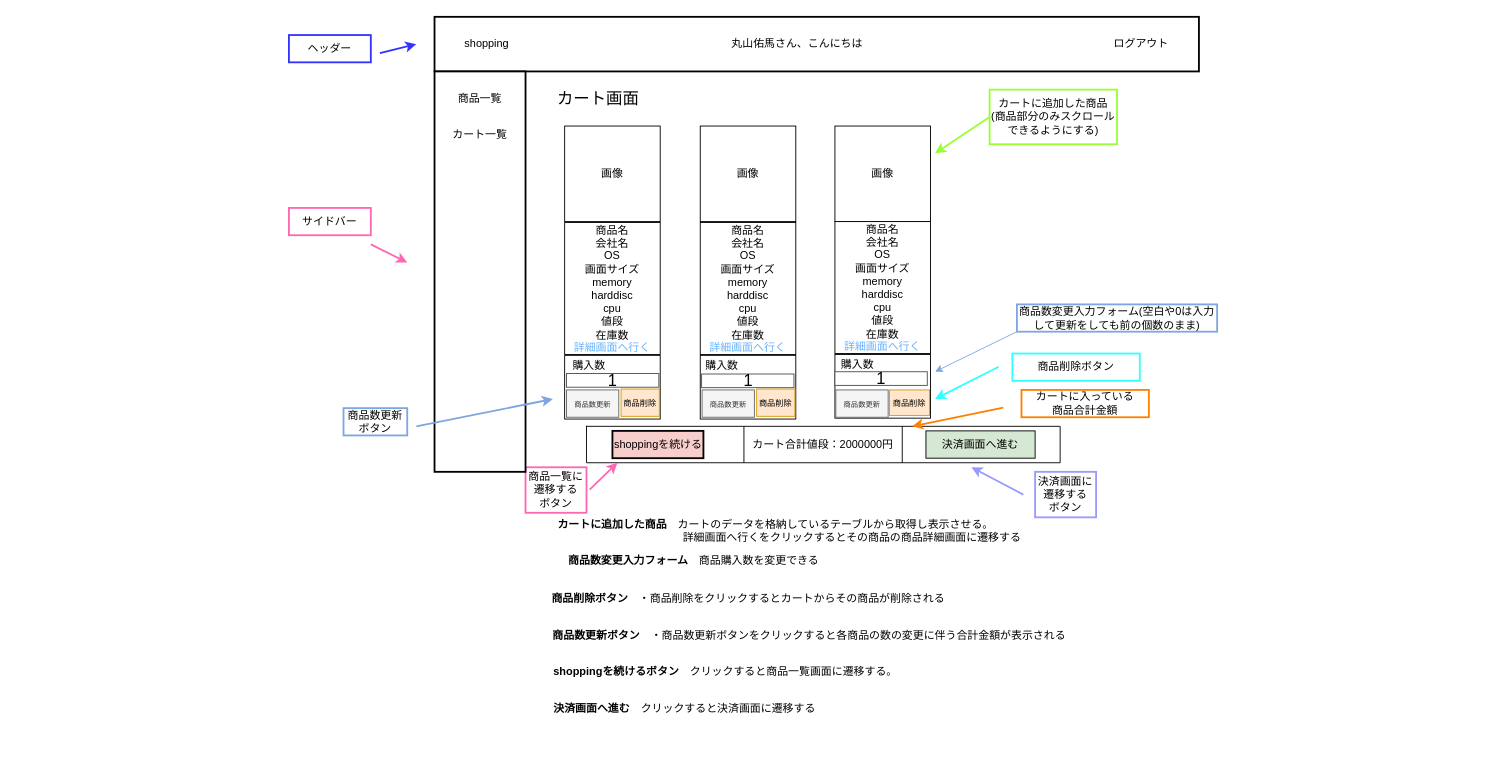
Earlier version of the draw.io diagram page "カート画面" (5 of 33) of src/main/resources/templates/shopping/Untitled Diagram.drawio (YumaMaruyama/ITworksTRYshopping). Source tidied: cells renumbered, new cells numbered last; positions are measured from the earlier drawing's top-left corner, leaving out a move shared by most shapes. Both pictures are drawn from the tidied source at 91%, with x=0, y=0 at pixel (15, 16).
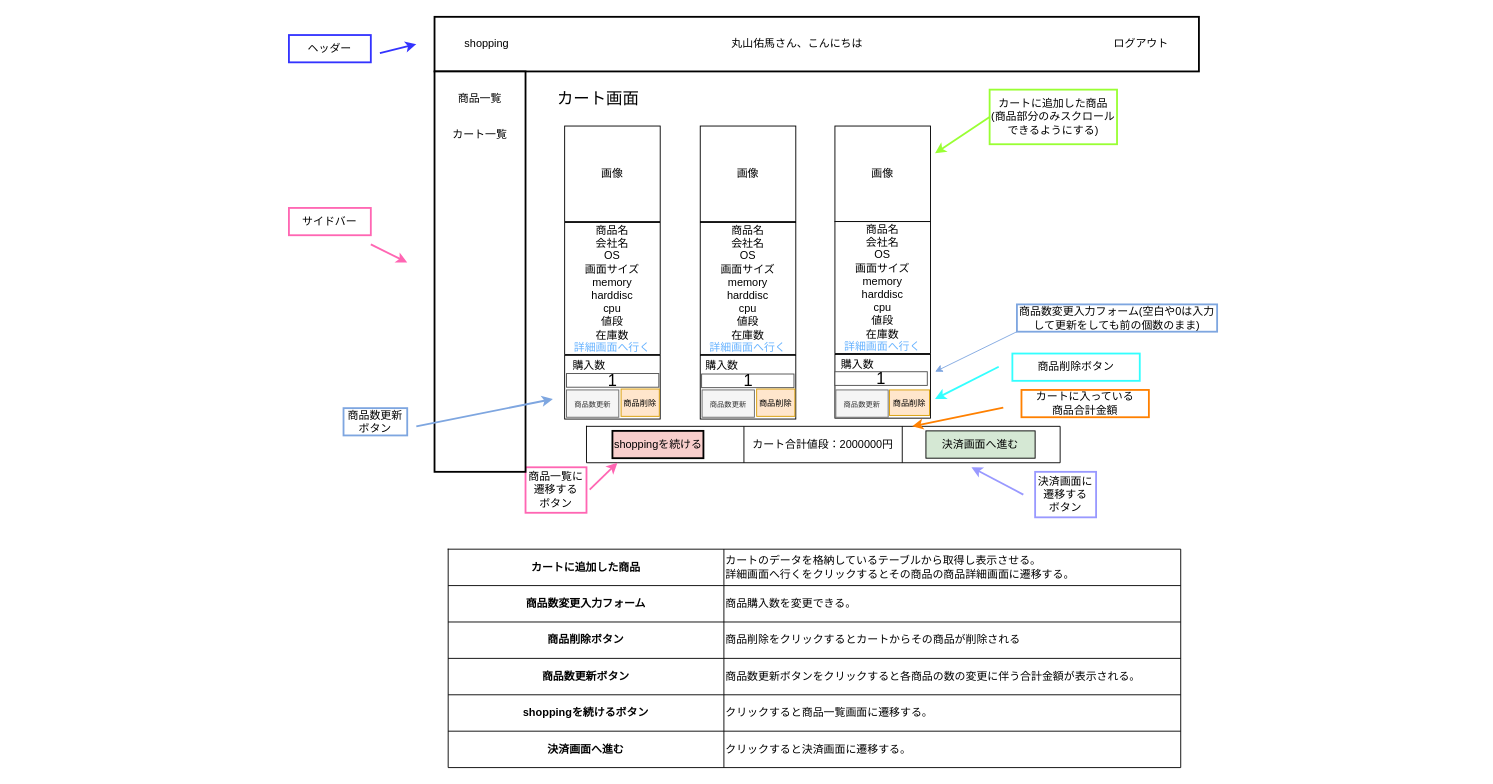
The same page after the edit.

What changed in the source:
```diff
@@
-    <mxCell id="22" value="&lt;b&gt;カートに追加した商品&lt;/b&gt;　カートのデータを格納しているテーブルから取得し表示させる。&lt;br&gt;　　　　　　　　　　　　　　詳細画面へ行くをクリックするとその商品の商品詳細画面に遷移する" style="text;html=1;strokeColor=none;fillColor=none;align=center;verticalAlign=middle;whiteSpace=wrap;rounded=0;" parent="1" vertex="1">
-      <mxGeometry x="100" y="545" width="1470" height="40" as="geometry" />
-    </mxCell>
@@
-    <mxCell id="31" value="&lt;b&gt;商品数変更入力フォーム　&lt;/b&gt;商品購入数を変更できる&lt;span&gt;&lt;span&gt;　　　&lt;br&gt;　　　　　　　　　　　　　　&lt;br&gt;&lt;/span&gt;&lt;/span&gt;" style="text;html=1;strokeColor=none;fillColor=none;align=center;verticalAlign=middle;whiteSpace=wrap;rounded=0;" parent="1" vertex="1">
-      <mxGeometry x="10" y="580" width="1470" height="50" as="geometry" />
-    </mxCell>
@@
-    <mxCell id="33" value="&lt;span style=&quot;white-space: pre&quot;&gt;&lt;span style=&quot;white-space: pre&quot;&gt;&lt;b&gt;shoppingを続けるボタン　&lt;/b&gt;クリックすると商品一覧画面に遷移する。&lt;br&gt;&lt;/span&gt;&lt;/span&gt;" style="text;html=1;strokeColor=none;fillColor=none;align=center;verticalAlign=middle;whiteSpace=wrap;rounded=0;" parent="1" vertex="1">
-      <mxGeometry x="45" y="690" width="1470" height="60" as="geometry" />
-    </mxCell>
-    <mxCell id="34" value="&lt;span style=&quot;white-space: pre&quot;&gt;&lt;span style=&quot;white-space: pre&quot;&gt;&lt;b&gt;決済画面へ進む　&lt;/b&gt;クリックすると決済画面に遷移する&lt;br&gt;&lt;/span&gt;&lt;/span&gt;" style="text;html=1;strokeColor=none;fillColor=none;align=center;verticalAlign=middle;whiteSpace=wrap;rounded=0;" parent="1" vertex="1">
-      <mxGeometry y="730" width="1470" height="60" as="geometry" />
-    </mxCell>
@@
-    <mxCell id="36" value="&lt;b&gt;商品削除ボタン&lt;/b&gt;　&lt;span style=&quot;white-space: pre&quot;&gt;&lt;span style=&quot;white-space: pre&quot;&gt;・商品削除をクリックするとカートからその商品が削除される&lt;br&gt;&lt;/span&gt;&lt;/span&gt;" style="text;html=1;strokeColor=none;fillColor=none;align=center;verticalAlign=middle;whiteSpace=wrap;rounded=0;" parent="1" vertex="1">
-      <mxGeometry x="69.5" y="610" width="1470" height="60" as="geometry" />
-    </mxCell>
@@
-    <mxCell id="45" value="&lt;b&gt;商品数更新ボタン&lt;/b&gt;　&lt;span style=&quot;white-space: pre&quot;&gt;&lt;span style=&quot;white-space: pre&quot;&gt;・商品数更新ボタンをクリックすると各商品の数の変更に伴う合計金額が表示される&lt;br&gt;&lt;/span&gt;&lt;/span&gt;" style="text;html=1;strokeColor=none;fillColor=none;align=center;verticalAlign=middle;whiteSpace=wrap;rounded=0;" parent="1" vertex="1">
-      <mxGeometry x="137" y="650" width="1470" height="60" as="geometry" />
-    </mxCell>
@@
+    <mxCell id="60" style="shape=table;startSize=0;childLayout=tableLayout;hachureGap=4;" parent="1" vertex="1">
+      <mxGeometry x="475" y="585" width="805" height="240" as="geometry" />
+    </mxCell>
+    <mxCell id="61" style="shape=partialRectangle;fillColor=none;top=0;left=0;bottom=0;right=0;hachureGap=4;" parent="60" vertex="1">
+      <mxGeometry width="805" height="40" as="geometry" />
+    </mxCell>
+    <mxCell id="62" value="&lt;b&gt;カートに追加した商品&lt;/b&gt;" style="shape=partialRectangle;html=1;whiteSpace=wrap;overflow=hidden;fillColor=none;top=0;left=0;bottom=0;right=0;hachureGap=4;" parent="61" vertex="1">
+      <mxGeometry width="303" height="40" as="geometry" />
+    </mxCell>
+    <mxCell id="63" value="&lt;span&gt;カートのデータを格納しているテーブルから取得し表示させる。&lt;br&gt;&lt;/span&gt;詳細画面へ行くをクリックするとその商品の商品詳細画面に遷移する。&lt;span&gt;&lt;br&gt;&lt;/span&gt;" style="shape=partialRectangle;html=1;whiteSpace=wrap;overflow=hidden;fillColor=none;top=0;left=0;bottom=0;right=0;hachureGap=4;align=left;" parent="61" vertex="1">
+      <mxGeometry x="303" width="502" height="40" as="geometry" />
+    </mxCell>
+    <mxCell id="64" style="shape=partialRectangle;fillColor=none;top=0;left=0;bottom=0;right=0;hachureGap=4;" parent="60" vertex="1">
+      <mxGeometry y="40" width="805" height="40" as="geometry" />
+    </mxCell>
+    <mxCell id="65" value="&lt;b&gt;商品数変更入力フォーム&lt;/b&gt;" style="shape=partialRectangle;html=1;whiteSpace=wrap;overflow=hidden;fillColor=none;top=0;left=0;bottom=0;right=0;hachureGap=4;" parent="64" vertex="1">
+      <mxGeometry width="303" height="40" as="geometry" />
+    </mxCell>
+    <mxCell id="66" value="&lt;span&gt;商品購入数を変更できる。&lt;/span&gt;" style="shape=partialRectangle;html=1;whiteSpace=wrap;overflow=hidden;fillColor=none;top=0;left=0;bottom=0;right=0;hachureGap=4;align=left;" parent="64" vertex="1">
+      <mxGeometry x="303" width="502" height="40" as="geometry" />
+    </mxCell>
+    <mxCell id="67" style="shape=partialRectangle;fillColor=none;top=0;left=0;bottom=0;right=0;hachureGap=4;" parent="60" vertex="1">
+      <mxGeometry y="80" width="805" height="40" as="geometry" />
+    </mxCell>
+    <mxCell id="68" value="&lt;b&gt;商品削除ボタン&lt;/b&gt;" style="shape=partialRectangle;html=1;whiteSpace=wrap;overflow=hidden;fillColor=none;top=0;left=0;bottom=0;right=0;hachureGap=4;" parent="67" vertex="1">
+      <mxGeometry width="303" height="40" as="geometry" />
+    </mxCell>
+    <mxCell id="69" value="&lt;span&gt;商品削除をクリックするとカートからその商品が削除される&lt;/span&gt;" style="shape=partialRectangle;html=1;whiteSpace=wrap;overflow=hidden;fillColor=none;top=0;left=0;bottom=0;right=0;hachureGap=4;align=left;" parent="67" vertex="1">
+      <mxGeometry x="303" width="502" height="40" as="geometry" />
+    </mxCell>
+    <mxCell id="70" style="shape=partialRectangle;fillColor=none;top=0;left=0;bottom=0;right=0;hachureGap=4;" parent="60" vertex="1">
+      <mxGeometry y="120" width="805" height="40" as="geometry" />
+    </mxCell>
+    <mxCell id="71" value="&lt;b&gt;商品数更新ボタン&lt;/b&gt;" style="shape=partialRectangle;html=1;whiteSpace=wrap;overflow=hidden;fillColor=none;top=0;left=0;bottom=0;right=0;hachureGap=4;" parent="70" vertex="1">
+      <mxGeometry width="303" height="40" as="geometry" />
+    </mxCell>
+    <mxCell id="72" value="&lt;span&gt;商品数更新ボタンをクリックすると各商品の数の変更に伴う合計金額が表示される。&lt;/span&gt;" style="shape=partialRectangle;html=1;whiteSpace=wrap;overflow=hidden;fillColor=none;top=0;left=0;bottom=0;right=0;hachureGap=4;align=left;" parent="70" vertex="1">
+      <mxGeometry x="303" width="502" height="40" as="geometry" />
+    </mxCell>
+    <mxCell id="73" style="shape=partialRectangle;fillColor=none;top=0;left=0;bottom=0;right=0;hachureGap=4;" parent="60" vertex="1">
+      <mxGeometry y="160" width="805" height="40" as="geometry" />
+    </mxCell>
+    <mxCell id="74" value="&lt;b&gt;shoppingを続けるボタン&lt;/b&gt;" style="shape=partialRectangle;html=1;whiteSpace=wrap;overflow=hidden;fillColor=none;top=0;left=0;bottom=0;right=0;hachureGap=4;" parent="73" vertex="1">
+      <mxGeometry width="303" height="40" as="geometry" />
+    </mxCell>
+    <mxCell id="75" value="&lt;span&gt;クリックすると商品一覧画面に遷移する。&lt;/span&gt;" style="shape=partialRectangle;html=1;whiteSpace=wrap;overflow=hidden;fillColor=none;top=0;left=0;bottom=0;right=0;hachureGap=4;align=left;" parent="73" vertex="1">
+      <mxGeometry x="303" width="502" height="40" as="geometry" />
+    </mxCell>
+    <mxCell id="76" style="shape=partialRectangle;fillColor=none;top=0;left=0;bottom=0;right=0;hachureGap=4;" parent="60" vertex="1">
+      <mxGeometry y="200" width="805" height="40" as="geometry" />
+    </mxCell>
+    <mxCell id="77" value="&lt;b&gt;決済画面へ進む&lt;/b&gt;" style="shape=partialRectangle;html=1;whiteSpace=wrap;overflow=hidden;fillColor=none;top=0;left=0;bottom=0;right=0;hachureGap=4;" parent="76" vertex="1">
+      <mxGeometry width="303" height="40" as="geometry" />
+    </mxCell>
+    <mxCell id="78" value="&lt;span&gt;クリックすると決済画面に遷移する。&lt;/span&gt;" style="shape=partialRectangle;html=1;whiteSpace=wrap;overflow=hidden;fillColor=none;top=0;left=0;bottom=0;right=0;hachureGap=4;align=left;" parent="76" vertex="1">
+      <mxGeometry x="303" width="502" height="40" as="geometry" />
+    </mxCell>
```
